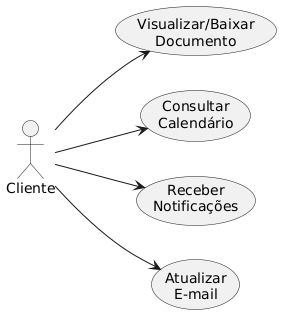
The PlantUML diagram diagrams/cliente.png in edsonpolucena/CatolicaSC-Porfolio, before a commit. The source it was exported from:
```plantuml
@startuml
left to right direction
actor "Cliente" as CL

usecase UC2 as "Visualizar/Baixar\nDocumento"
usecase UC4 as "Consultar\nCalendário"
usecase UC7 as "Receber\nNotificações"
usecase UC8 as "Atualizar\nE-mail"

CL --> UC2
CL --> UC4
CL --> UC7
CL --> UC8
@enduml
```
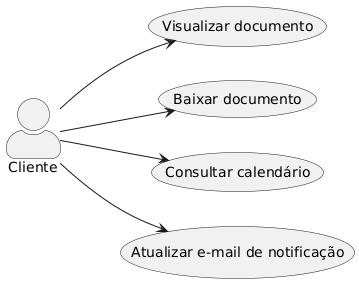
Later version of the same file.

The edit, as a diff of the source:
```diff
@@ -1,14 +1,16 @@
 @startuml
 left to right direction
-actor "Cliente" as CL
+skinparam actorStyle awesome
 
-usecase UC2 as "Visualizar/Baixar\nDocumento"
-usecase UC4 as "Consultar\nCalendário"
-usecase UC7 as "Receber\nNotificações"
-usecase UC8 as "Atualizar\nE-mail"
+actor Cliente
 
-CL --> UC2
-CL --> UC4
-CL --> UC7
-CL --> UC8
+usecase UC_Visualizar  as "Visualizar documento"
+usecase UC_Baixar      as "Baixar documento"
+usecase UC_Consultar   as "Consultar calendário"
+usecase UC_Atualizar   as "Atualizar e-mail de notificação"
+
+Cliente --> UC_Visualizar
+Cliente --> UC_Baixar
+Cliente --> UC_Consultar
+Cliente --> UC_Atualizar
 @enduml
```
